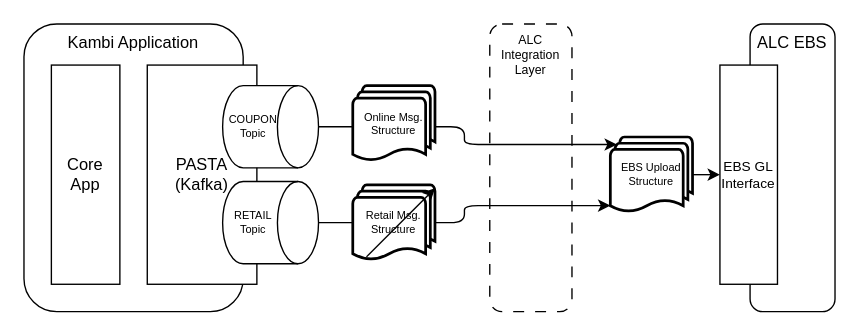
This is page "Retail v Online" (7 of 7) of ALC KAMBI.drawio from luclalor/Draw_IO, a draw.io file, before an edit. Source tidied: cells renumbered, new cells numbered last; positions are measured from the earlier drawing's top-left corner, leaving out a move shared by most shapes. Both pictures are drawn from the tidied source at 137%, with x=0, y=0 at pixel (23, 23).
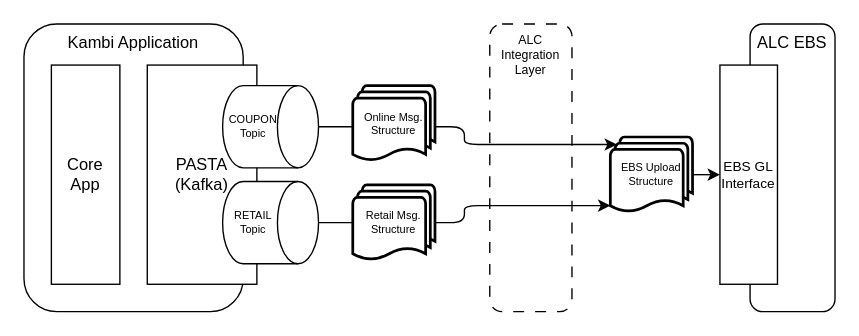
The same page after the edit.

Commit message:
Update ALC KAMBI.drawio - mod to Retail v Online

What changed in the source:
```diff
@@
 <mxGraphModel>
   <root>
     <mxCell id="0" />
     <mxCell id="1" parent="0" />
     <mxCell id="2" value="ALC Integration Layer" style="rounded=1;whiteSpace=wrap;html=1;dashed=1;dashPattern=8 8;fontSize=9;verticalAlign=top;" parent="1" vertex="1">
       <mxGeometry x="340" width="60" height="210" as="geometry" />
     </mxCell>
     <mxCell id="3" value="Kambi Application" style="rounded=1;whiteSpace=wrap;html=1;align=center;verticalAlign=top;" parent="1" vertex="1">
       <mxGeometry width="160" height="210" as="geometry" />
     </mxCell>
     <mxCell id="4" value="PASTA (Kafka)" style="rounded=0;whiteSpace=wrap;html=1;" parent="1" vertex="1">
       <mxGeometry x="90" y="30" width="80" height="160" as="geometry" />
     </mxCell>
     <mxCell id="5" value="Core App" style="rounded=0;whiteSpace=wrap;html=1;" parent="1" vertex="1">
       <mxGeometry x="20" y="30" width="50" height="160" as="geometry" />
     </mxCell>
     <mxCell id="6" value="COUPON Topic" style="shape=cylinder3;whiteSpace=wrap;html=1;boundedLbl=1;backgroundOutline=1;size=15;direction=south;fontSize=8;" parent="1" vertex="1">
       <mxGeometry x="145" y="45" width="70" height="60" as="geometry" />
     </mxCell>
     <mxCell id="7" value="RETAIL Topic" style="shape=cylinder3;whiteSpace=wrap;html=1;boundedLbl=1;backgroundOutline=1;size=15;direction=south;fontSize=8;" parent="1" vertex="1">
       <mxGeometry x="145" y="115" width="70" height="60" as="geometry" />
     </mxCell>
     <mxCell id="8" value="ALC EBS" style="rounded=1;whiteSpace=wrap;html=1;align=center;verticalAlign=top;" parent="1" vertex="1">
       <mxGeometry x="530" width="62" height="210" as="geometry" />
     </mxCell>
     <mxCell id="9" value="EBS GL Interface" style="rounded=0;whiteSpace=wrap;html=1;fontSize=10;" parent="1" vertex="1">
       <mxGeometry x="508" y="30" width="42" height="160" as="geometry" />
     </mxCell>
     <mxCell id="10" style="edgeStyle=orthogonalEdgeStyle;rounded=0;jettySize=auto;html=1;exitX=1;exitY=0.5;exitDx=0;exitDy=0;exitPerimeter=0;entryX=0;entryY=0.5;entryDx=0;entryDy=0;" parent="1" edge="1" source="11" target="9">
       <mxGeometry relative="1" as="geometry" />
     </mxCell>
     <mxCell id="11" value="EBS Upload Structure" style="strokeWidth=2;html=1;shape=mxgraph.flowchart.multi-document;whiteSpace=wrap;boundedLbl=1;fontSize=8;" parent="1" vertex="1">
       <mxGeometry x="428" y="82.5" width="60" height="55" as="geometry" />
     </mxCell>
     <mxCell id="12" style="endArrow=classic;html=1;rounded=1;exitX=0.5;exitY=0;exitDx=0;exitDy=0;exitPerimeter=0;edgeStyle=orthogonalEdgeStyle;curved=0;entryX=0.08;entryY=0.1;entryDx=0;entryDy=0;entryPerimeter=0;" parent="1" edge="1" source="6" target="11">
       <mxGeometry relative="1" as="geometry" />
     </mxCell>
     <mxCell id="13" value="Online Msg. Structure" style="strokeWidth=2;html=1;shape=mxgraph.flowchart.multi-document;whiteSpace=wrap;boundedLbl=1;fontSize=8;" parent="1" vertex="1">
       <mxGeometry x="240" y="45" width="60" height="55" as="geometry" />
     </mxCell>
     <mxCell id="14" style="endArrow=classic;html=1;rounded=1;exitX=0.5;exitY=0;exitDx=0;exitDy=0;exitPerimeter=0;entryX=0;entryY=0.91;entryDx=0;entryDy=0;entryPerimeter=0;edgeStyle=orthogonalEdgeStyle;curved=0;" parent="1" edge="1" source="7" target="11">
       <mxGeometry relative="1" as="geometry" />
     </mxCell>
     <mxCell id="15" value="Retail Msg. Structure" style="strokeWidth=2;html=1;shape=mxgraph.flowchart.multi-document;whiteSpace=wrap;boundedLbl=1;fontSize=8;" parent="1" vertex="1">
       <mxGeometry x="240" y="117.5" width="60" height="55" as="geometry" />
     </mxCell>
-    <mxCell id="16" style="endArrow=classic;html=1;rounded=0;" parent="1" edge="1">
-      <mxGeometry relative="1" as="geometry">
-        <mxPoint x="250" y="170" as="sourcePoint" />
-        <mxPoint x="300" y="120" as="targetPoint" />
-      </mxGeometry>
-    </mxCell>
   </root>
 </mxGraphModel>
```
